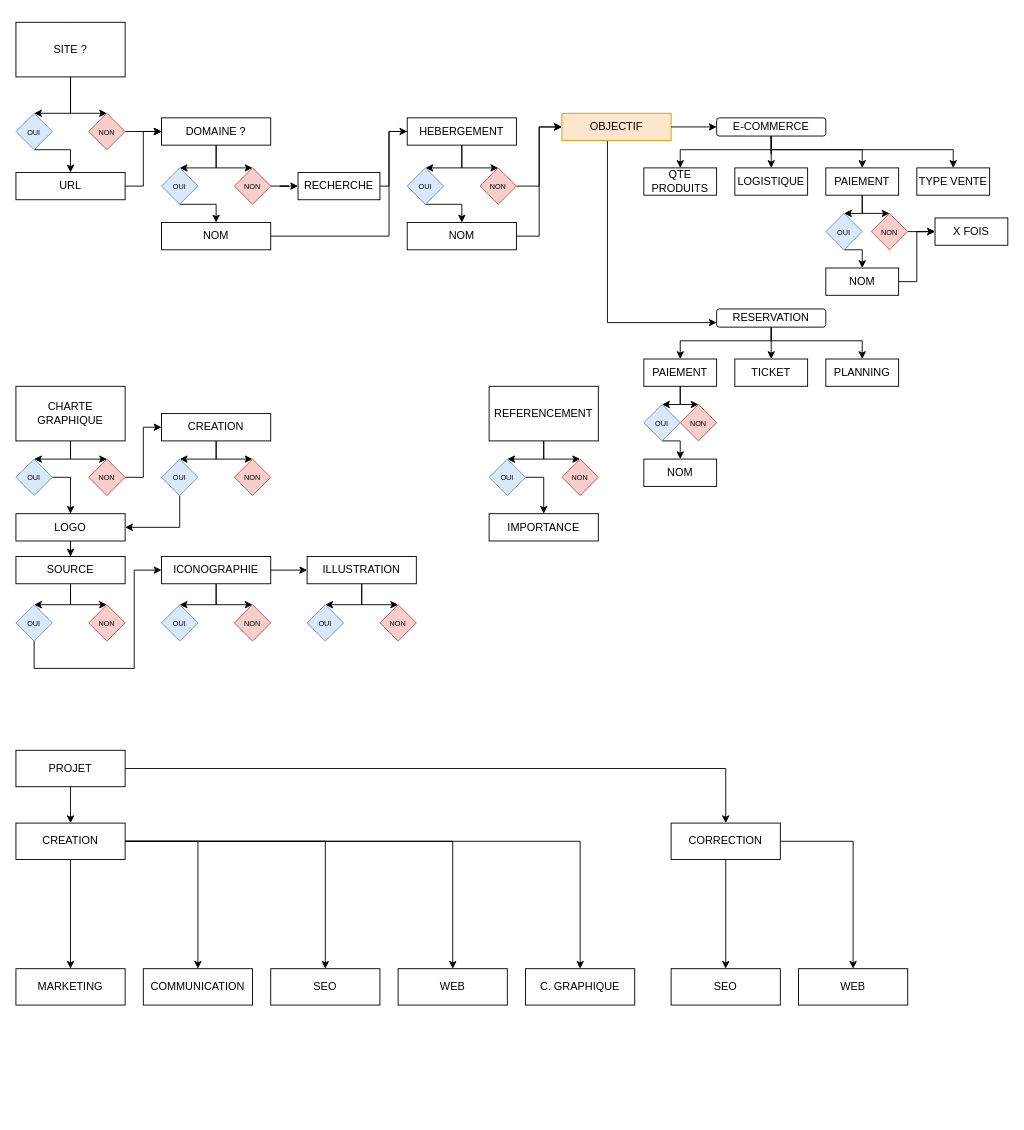
webcharte/webcharte keeps this draw.io diagram as Webcharte.drawio. Above is the earlier version. Source tidied: cells renumbered, new cells numbered last; positions are measured from the earlier drawing's top-left corner, leaving out a move shared by most shapes. Both pictures are drawn from the tidied source at 91%, with x=0, y=0 at pixel (15, 22).
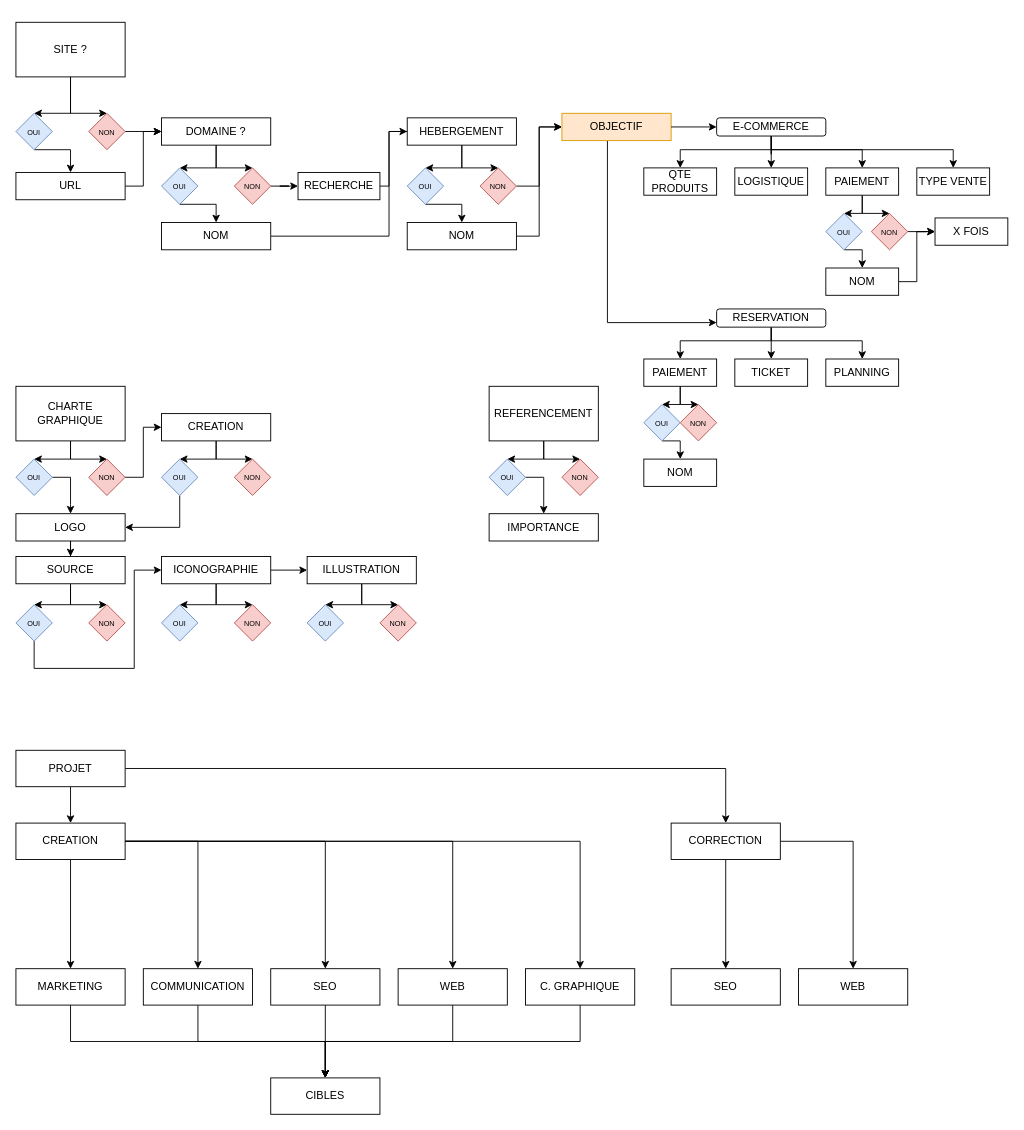
After the change.

Commit message:
Mettre à jour Webcharte.drawio

Unchanged cells that the change refers to:
```xml
<mxCell id="107" value="WEB" style="rounded=0;whiteSpace=wrap;html=1;" parent="1" vertex="1">
  <mxGeometry x="420" y="1040" width="120" height="40" as="geometry" />
</mxCell>
<mxCell id="117" value="COMMUNICATION" style="rounded=0;whiteSpace=wrap;html=1;" parent="1" vertex="1">
  <mxGeometry x="140" y="1040" width="120" height="40" as="geometry" />
</mxCell>
<mxCell id="120" value="SEO" style="rounded=0;whiteSpace=wrap;html=1;" parent="1" vertex="1">
  <mxGeometry x="280" y="1040" width="120" height="40" as="geometry" />
</mxCell>
<mxCell id="121" value="C. GRAPHIQUE" style="rounded=0;whiteSpace=wrap;html=1;" parent="1" vertex="1">
  <mxGeometry x="560" y="1040" width="120" height="40" as="geometry" />
</mxCell>
<mxCell id="122" value="MARKETING" style="rounded=0;whiteSpace=wrap;html=1;" parent="1" vertex="1">
  <mxGeometry y="1040" width="120" height="40" as="geometry" />
</mxCell>
```

The edit, as a diff of the source:
```diff
@@
+    <mxCell id="123" style="edgeStyle=orthogonalEdgeStyle;rounded=0;jettySize=auto;html=1;entryX=0.5;entryY=0;entryDx=0;entryDy=0;" parent="1" edge="1" source="107" target="128">
+      <mxGeometry relative="1" as="geometry">
+        <Array as="points">
+          <mxPoint x="480" y="1120" />
+          <mxPoint x="340" y="1120" />
+        </Array>
+      </mxGeometry>
+    </mxCell>
@@
+    <mxCell id="124" style="edgeStyle=orthogonalEdgeStyle;rounded=0;jettySize=auto;html=1;entryX=0.5;entryY=0;entryDx=0;entryDy=0;" parent="1" edge="1" source="117" target="128">
+      <mxGeometry relative="1" as="geometry">
+        <Array as="points">
+          <mxPoint x="200" y="1120" />
+          <mxPoint x="340" y="1120" />
+        </Array>
+      </mxGeometry>
+    </mxCell>
@@
+    <mxCell id="125" style="edgeStyle=orthogonalEdgeStyle;rounded=0;jettySize=auto;html=1;" parent="1" edge="1" source="120" target="128">
+      <mxGeometry relative="1" as="geometry" />
+    </mxCell>
@@
+    <mxCell id="126" style="edgeStyle=orthogonalEdgeStyle;rounded=0;jettySize=auto;html=1;entryX=0.5;entryY=0;entryDx=0;entryDy=0;" parent="1" edge="1" source="121" target="128">
+      <mxGeometry relative="1" as="geometry">
+        <Array as="points">
+          <mxPoint x="620" y="1120" />
+          <mxPoint x="340" y="1120" />
+        </Array>
+      </mxGeometry>
+    </mxCell>
@@
+    <mxCell id="127" style="edgeStyle=orthogonalEdgeStyle;rounded=0;jettySize=auto;html=1;" parent="1" edge="1" source="122" target="128">
+      <mxGeometry relative="1" as="geometry">
+        <Array as="points">
+          <mxPoint x="60" y="1120" />
+          <mxPoint x="340" y="1120" />
+        </Array>
+      </mxGeometry>
+    </mxCell>
@@
+    <mxCell id="128" value="CIBLES" style="rounded=0;whiteSpace=wrap;html=1;" parent="1" vertex="1">
+      <mxGeometry x="280" y="1160" width="120" height="40" as="geometry" />
+    </mxCell>
```
